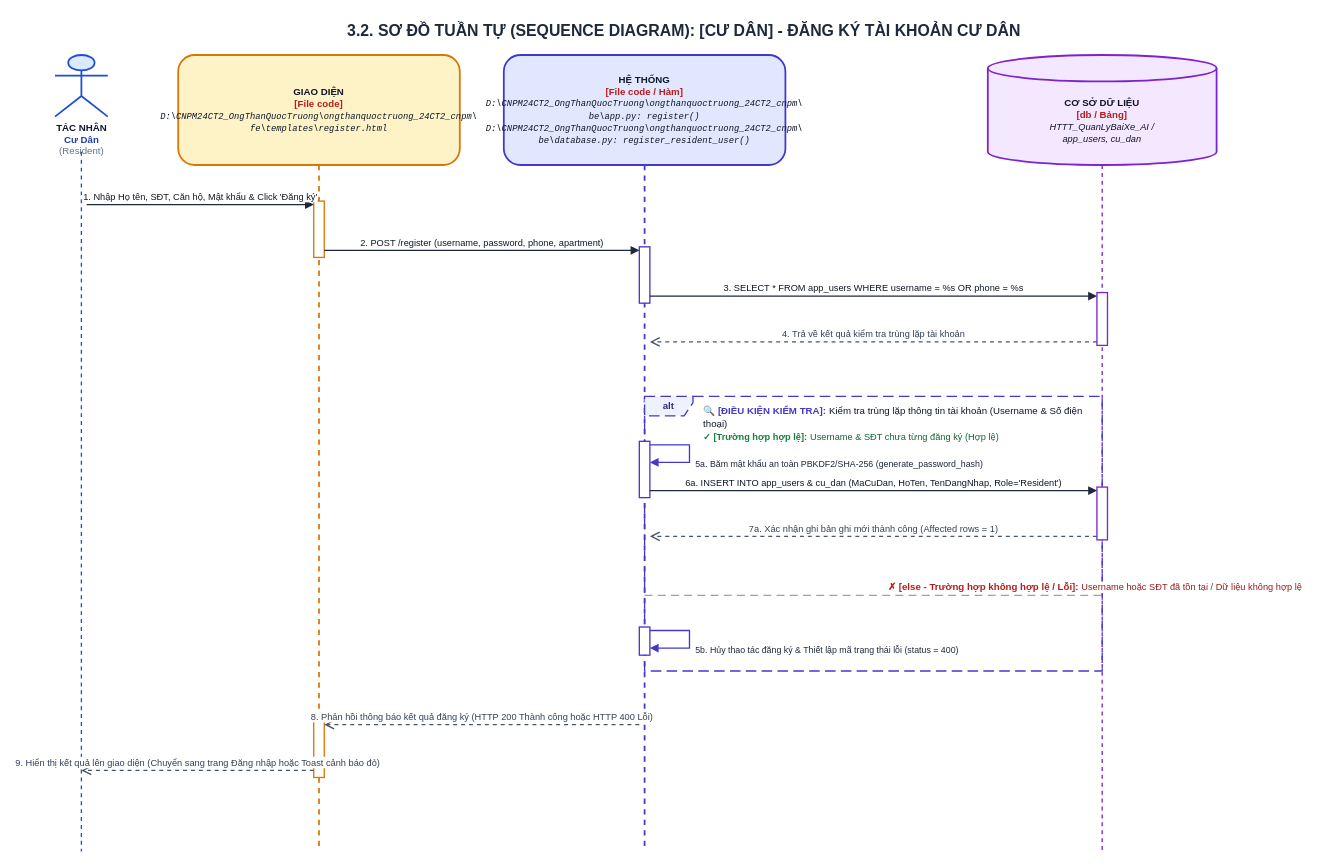
Above: ongthanquoctruong_24CT2_cnpm/docs/Tuần Tự/chức năng đăng ký người dùng.drawio in Truong027/CNPM24 (draw.io), before the change. Source tidied: cells renumbered, new cells numbered last; positions are measured from the earlier drawing's top-left corner, leaving out a move shared by most shapes. Both pictures are drawn from the tidied source at 88%, with x=0, y=0 at pixel (46, 15).
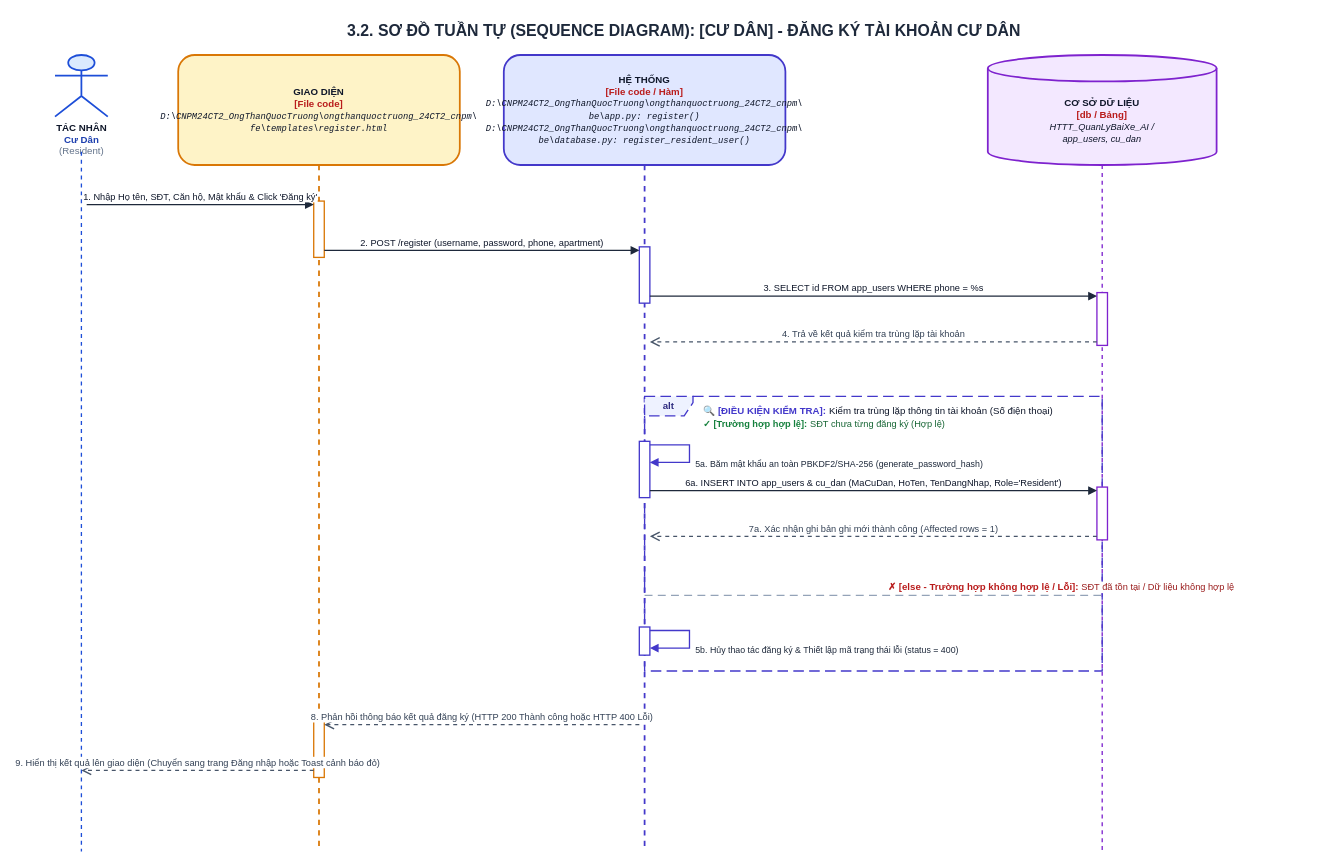
After the change.

Commit message (it also covers changes not shown here):
Update drawio sequence diagrams to use phone number instead of username/id

Change to the diagram source:
```diff
@@
-    <mxCell id="10" value="&lt;b&gt;&lt;font color='#4338CA' style='font-size: 11px;'&gt;🔍 [ĐIỀU KIỆN KIỂM TRA]:&lt;/font&gt;&lt;/b&gt; &lt;font color='#0F172A' style='font-size: 11px;'&gt;Kiểm tra trùng lặp thông tin tài khoản (Username &amp; Số điện thoại)&lt;/font&gt;&lt;br/&gt;&lt;b&gt;&lt;font color='#15803D' style='font-size: 10.5px;'&gt;✓ [Trường hợp hợp lệ]:&lt;/font&gt;&lt;/b&gt; &lt;font color='#166534' style='font-size: 10.5px;'&gt;Username &amp; SĐT chưa từng đăng ký (Hợp lệ)&lt;/font&gt;" style="text;html=1;strokeColor=none;fillColor=none;align=left;verticalAlign=top;whiteSpace=wrap;rounded=0;" parent="1" vertex="1">
+    <mxCell id="10" value="&lt;b&gt;&lt;font color='#4338CA' style='font-size: 11px;'&gt;🔍 [ĐIỀU KIỆN KIỂM TRA]:&lt;/font&gt;&lt;/b&gt; &lt;font color='#0F172A' style='font-size: 11px;'&gt;Kiểm tra trùng lặp thông tin tài khoản (Số điện thoại)&lt;/font&gt;&lt;br/&gt;&lt;b&gt;&lt;font color='#15803D' style='font-size: 10.5px;'&gt;✓ [Trường hợp hợp lệ]:&lt;/font&gt;&lt;/b&gt; &lt;font color='#166534' style='font-size: 10.5px;'&gt;SĐT chưa từng đăng ký (Hợp lệ)&lt;/font&gt;" style="text;html=1;strokeColor=none;fillColor=none;align=left;verticalAlign=top;whiteSpace=wrap;rounded=0;" parent="1" vertex="1">
       <mxGeometry x="745" y="436" width="445" height="36" as="geometry" />
     </mxCell>
-    <mxCell id="11" value="&lt;b&gt;&lt;font color='#B91C1C' style='font-size: 11px;'&gt;✗ [else - Trường hợp không hợp lệ / Lỗi]:&lt;/font&gt;&lt;/b&gt; &lt;font color='#991B1B' style='font-size: 10.5px;'&gt;Username hoặc SĐT đã tồn tại / Dữ liệu không hợp lệ&lt;/font&gt;" style="html=1;strokeWidth=1.5;strokeColor=#94A3B8;dashed=1;dashPattern=6 4;endArrow=none;align=left;verticalAlign=bottom;spacingLeft=15;" parent="1" edge="1">
+    <mxCell id="11" value="&lt;b&gt;&lt;font color='#B91C1C' style='font-size: 11px;'&gt;✗ [else - Trường hợp không hợp lệ / Lỗi]:&lt;/font&gt;&lt;/b&gt; &lt;font color='#991B1B' style='font-size: 10.5px;'&gt;SĐT đã tồn tại / Dữ liệu không hợp lệ&lt;/font&gt;" style="html=1;strokeWidth=1.5;strokeColor=#94A3B8;dashed=1;dashPattern=6 4;endArrow=none;align=left;verticalAlign=bottom;spacingLeft=15;" parent="1" edge="1">
       <mxGeometry relative="1" as="geometry">
         <mxPoint x="680" y="659" as="sourcePoint" />
         <mxPoint x="1200" y="659" as="targetPoint" />
       </mxGeometry>
     </mxCell>
@@
-    <mxCell id="21" value="3. SELECT * FROM app_users WHERE username = %s OR phone = %s" style="html=1;verticalAlign=bottom;endArrow=block;rounded=0;strokeColor=#1E293B;strokeWidth=1.5;fontColor=#0F172A;fontSize=10.5;" parent="1" edge="1">
+    <mxCell id="21" value="3. SELECT id FROM app_users WHERE phone = %s" style="html=1;verticalAlign=bottom;endArrow=block;rounded=0;strokeColor=#1E293B;strokeWidth=1.5;fontColor=#0F172A;fontSize=10.5;" parent="1" edge="1">
       <mxGeometry relative="1" as="geometry">
         <mxPoint x="686" y="319" as="sourcePoint" />
         <mxPoint x="1194" y="319" as="targetPoint" />
       </mxGeometry>
     </mxCell>
```
